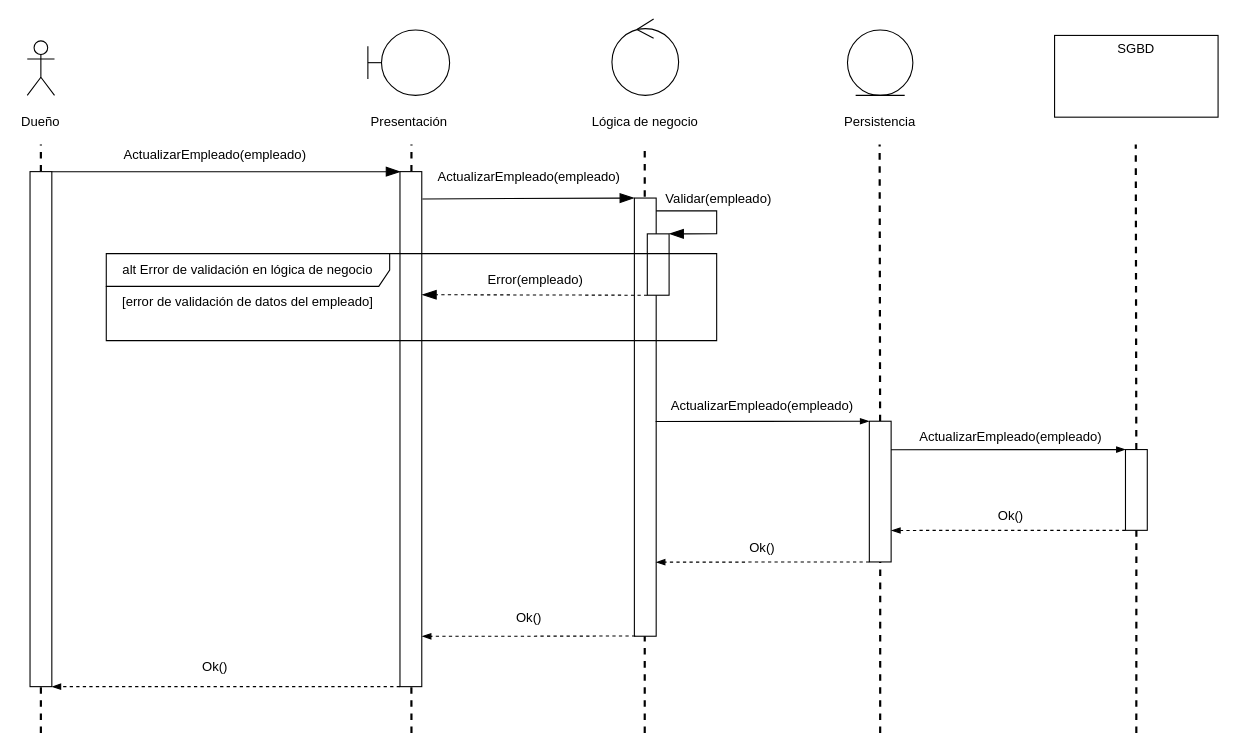
The draw.io diagram diagramas/diagramas de secuencia/ModificarEmpleado1.drawio in felipescalera/Proyecto-IR, before the edit. Source tidied: cells renumbered, new cells numbered last; positions are measured from the earlier drawing's top-left corner, leaving out a move shared by most shapes. Both pictures are drawn from the tidied source at 109%, with x=0, y=0 at pixel (-217, 19).
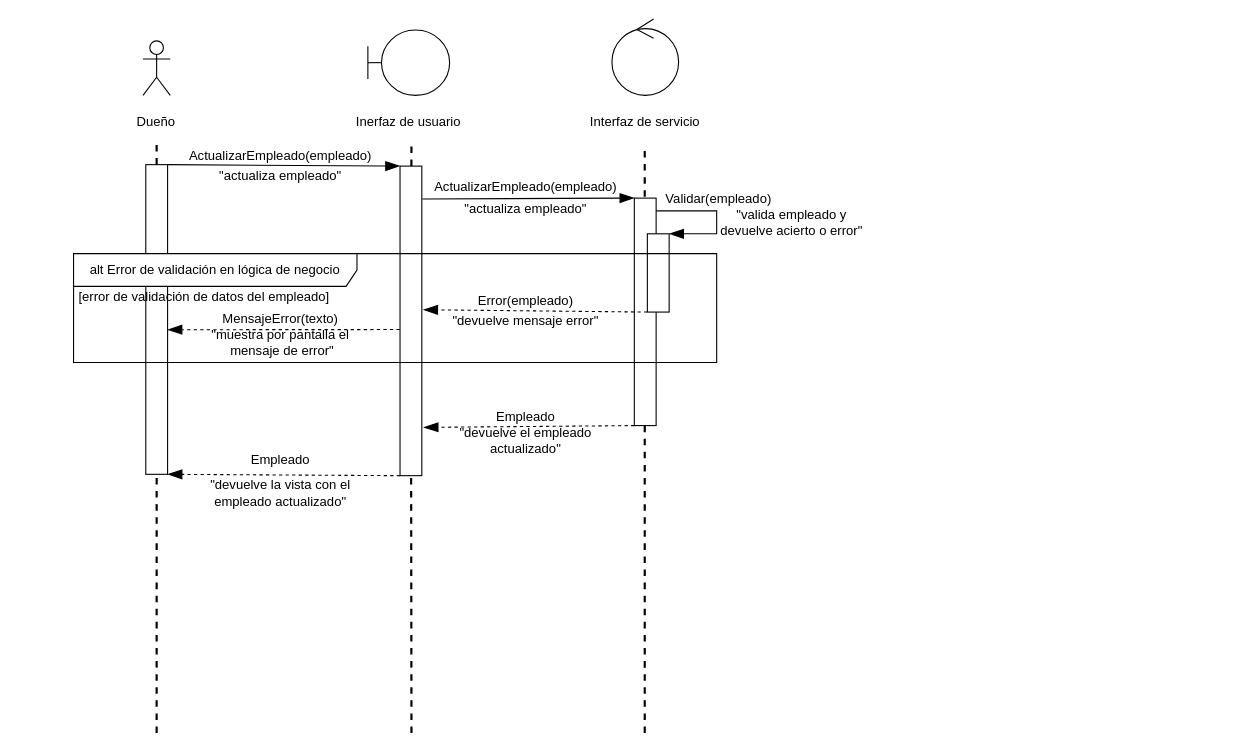
Above is the later version.

Unchanged cells that the change refers to:
```xml
<mxCell id="8" style="group;" parent="1" vertex="1">
  <mxGeometry x="736" width="109" height="105" as="geometry" />
</mxCell>
```

What changed in the source:
```diff
@@
-    <mxCell id="2" style="group;" parent="1" vertex="1">
-      <mxGeometry x="1166" y="15" width="150" height="75" as="geometry" />
-    </mxCell>
-    <mxCell id="3" style="rounded=0;whiteSpace=wrap;html=1;fontColor=none;" parent="2" vertex="1">
-      <mxGeometry width="150" height="75" as="geometry" />
-    </mxCell>
-    <mxCell id="4" value="SGBD" style="text;html=1;strokeColor=none;fillColor=none;align=center;verticalAlign=middle;whiteSpace=wrap;rounded=0;fontColor=none;" parent="2" vertex="1">
-      <mxGeometry x="50" width="50" height="25" as="geometry" />
-    </mxCell>
-    <mxCell id="5" style="group;" parent="1" vertex="1">
-      <mxGeometry x="976" y="10" width="60" height="95" as="geometry" />
-    </mxCell>
-    <mxCell id="6" style="ellipse;shape=umlEntity;whiteSpace=wrap;html=1;" parent="5" vertex="1">
-      <mxGeometry width="60" height="60" as="geometry" />
-    </mxCell>
-    <mxCell id="7" value="Persistencia" style="text;html=1;strokeColor=none;fillColor=none;align=center;verticalAlign=middle;whiteSpace=wrap;rounded=0;fontColor=none;" parent="5" vertex="1">
-      <mxGeometry x="10" y="75" width="40" height="20" as="geometry" />
-    </mxCell>
@@
-    <mxCell id="10" value="Lógica de negocio" style="text;html=1;strokeColor=none;fillColor=none;align=center;verticalAlign=middle;whiteSpace=wrap;rounded=0;fontColor=none;" parent="8" vertex="1">
+    <mxCell id="10" value="Interfaz de servicio" style="text;html=1;strokeColor=none;fillColor=none;align=center;verticalAlign=middle;whiteSpace=wrap;rounded=0;fontColor=none;" parent="8" vertex="1">
       <mxGeometry y="85" width="109" height="20" as="geometry" />
     </mxCell>
     <mxCell id="11" style="group;" parent="1" vertex="1">
-      <mxGeometry x="536" y="10" width="75" height="95" as="geometry" />
+      <mxGeometry x="536" y="10" width="120" height="95" as="geometry" />
     </mxCell>
@@
-    <mxCell id="13" value="Presentación" style="text;html=1;strokeColor=none;fillColor=none;align=center;verticalAlign=middle;whiteSpace=wrap;rounded=0;fontColor=none;" parent="11" vertex="1">
-      <mxGeometry x="17.5" y="75" width="40" height="20" as="geometry" />
+    <mxCell id="13" value="Inerfaz de usuario" style="text;html=1;strokeColor=none;fillColor=none;align=center;verticalAlign=middle;whiteSpace=wrap;rounded=0;fontColor=none;" parent="11" vertex="1">
+      <mxGeometry x="-13.8" y="75" width="102.5" height="20" as="geometry" />
     </mxCell>
@@
-    <mxCell id="16" style="endArrow=none;dashed=1;html=1;fontColor=none;strokeWidth=2;" parent="1" edge="1" source="37">
-      <mxGeometry relative="1" as="geometry">
-        <mxPoint x="1005.5" y="115" as="targetPoint" />
-      </mxGeometry>
-    </mxCell>
-    <mxCell id="17" style="endArrow=none;dashed=1;html=1;fontColor=none;strokeWidth=2;" parent="1" edge="1" source="41">
-      <mxGeometry relative="1" as="geometry">
-        <mxPoint x="1240.5" y="115" as="targetPoint" />
-      </mxGeometry>
-    </mxCell>
     <mxCell id="18" style="group;" parent="1" vertex="1">
-      <mxGeometry x="216" y="20" width="40" height="85" as="geometry" />
+      <mxGeometry x="322.2" y="20" width="40" height="85" as="geometry" />
     </mxCell>
@@
     <mxCell id="21" style="endArrow=none;dashed=1;html=1;fontColor=none;strokeWidth=2;" parent="1" edge="1" source="22">
       <mxGeometry relative="1" as="geometry">
-        <mxPoint x="236" y="115" as="targetPoint" />
+        <mxPoint x="342.2" y="115" as="targetPoint" />
       </mxGeometry>
     </mxCell>
     <mxCell id="22" style="rounded=0;whiteSpace=wrap;html=1;fontColor=none;rotation=90;" parent="1" vertex="1">
-      <mxGeometry x="-0.2" y="366.2" width="472.5" height="20" as="geometry" />
+      <mxGeometry x="200.2" y="265.6" width="284.1" height="20" as="geometry" />
     </mxCell>
     <mxCell id="23" style="endArrow=none;dashed=1;html=1;fontColor=none;strokeWidth=2;" parent="1" edge="1" target="22">
       <mxGeometry relative="1" as="geometry">
-        <mxPoint x="236" y="655" as="sourcePoint" />
+        <mxPoint x="342.2" y="655" as="sourcePoint" />
       </mxGeometry>
     </mxCell>
     <mxCell id="24" style="rounded=0;whiteSpace=wrap;html=1;fontColor=none;rotation=90;" parent="1" vertex="1">
-      <mxGeometry x="339.2" y="366.2" width="472.5" height="20" as="geometry" />
+      <mxGeometry x="433.5" y="266.9" width="284" height="20" as="geometry" />
     </mxCell>
@@
-    <mxCell id="26" style="endArrow=blockThin;html=1;strokeWidth=1;fontColor=none;endFill=1;endSize=11;" parent="1" edge="1">
-      <mxGeometry relative="1" as="geometry">
-        <mxPoint x="246" y="140" as="sourcePoint" />
-        <mxPoint x="566" y="140" as="targetPoint" />
-      </mxGeometry>
+    <mxCell id="26" style="endArrow=blockThin;html=1;strokeWidth=1;fontColor=none;endFill=1;endSize=11;exitX=0;exitY=0;exitDx=0;exitDy=0;entryX=0;entryY=1;entryDx=0;entryDy=0;" parent="1" edge="1" source="22" target="24">
+      <mxGeometry relative="1" as="geometry" />
     </mxCell>
     <mxCell id="27" value="ActualizarEmpleado(empleado)" style="text;html=1;strokeColor=none;fillColor=none;align=center;verticalAlign=middle;whiteSpace=wrap;rounded=0;" parent="1" vertex="1">
-      <mxGeometry x="376" y="115" width="40" height="20" as="geometry" />
+      <mxGeometry x="436" y="116" width="40" height="20" as="geometry" />
     </mxCell>
     <mxCell id="28" style="rounded=0;whiteSpace=wrap;html=1;fontColor=none;rotation=90;" parent="1" vertex="1">
-      <mxGeometry x="589.5" y="355.2" width="402" height="20" as="geometry" />
+      <mxGeometry x="686.1" y="258.6" width="208.7" height="20" as="geometry" />
     </mxCell>
@@
     <mxCell id="30" value="ActualizarEmpleado(empleado)" style="text;html=1;strokeColor=none;fillColor=none;align=center;verticalAlign=middle;whiteSpace=wrap;rounded=0;" parent="1" vertex="1">
-      <mxGeometry x="663.5" y="135" width="40" height="20" as="geometry" />
+      <mxGeometry x="660.5" y="144" width="40" height="20" as="geometry" />
     </mxCell>
     <mxCell id="31" style="rounded=0;whiteSpace=wrap;html=1;fontColor=none;rotation=90;" parent="1" vertex="1">
-      <mxGeometry x="774.2" y="215.2" width="56.3" height="20" as="geometry" />
+      <mxGeometry x="766.5" y="222.9" width="71.8" height="20" as="geometry" />
     </mxCell>
     <mxCell id="32" value="[error de validación de datos del empleado]" style="text;html=1;strokeColor=none;fillColor=none;align=center;verticalAlign=middle;whiteSpace=wrap;rounded=0;" parent="1" vertex="1">
-      <mxGeometry x="306" y="250.2" width="240" height="20" as="geometry" />
+      <mxGeometry x="266" y="245.1" width="240" height="20" as="geometry" />
     </mxCell>
@@
-    <mxCell id="35" style="endArrow=blockThin;html=1;strokeWidth=1;fontColor=none;endFill=1;endSize=11;exitX=1;exitY=1;exitDx=0;exitDy=0;entryX=0.239;entryY=-0.006;entryDx=0;entryDy=0;entryPerimeter=0;dashed=1;" parent="1" edge="1" source="31" target="24">
+    <mxCell id="35" style="endArrow=blockThin;html=1;strokeWidth=1;fontColor=none;endFill=1;endSize=11;exitX=1;exitY=1;exitDx=0;exitDy=0;entryX=0.464;entryY=-0.065;entryDx=0;entryDy=0;entryPerimeter=0;dashed=1;" parent="1" edge="1" source="31" target="24">
       <mxGeometry relative="1" as="geometry" />
     </mxCell>
     <mxCell id="36" value="Error(empleado)" style="text;html=1;strokeColor=none;fillColor=none;align=center;verticalAlign=middle;whiteSpace=wrap;rounded=0;" parent="1" vertex="1">
-      <mxGeometry x="670" y="230.2" width="40" height="20" as="geometry" />
+      <mxGeometry x="660.5" y="248.9" width="40" height="20" as="geometry" />
     </mxCell>
-    <mxCell id="37" style="rounded=0;whiteSpace=wrap;html=1;fontColor=none;rotation=90;" parent="1" vertex="1">
-      <mxGeometry x="941.5" y="423.5" width="129.1" height="20" as="geometry" />
-    </mxCell>
-    <mxCell id="38" style="endArrow=none;dashed=1;html=1;fontColor=none;strokeWidth=2;" parent="1" edge="1" target="37">
-      <mxGeometry relative="1" as="geometry">
-        <mxPoint x="1006" y="655" as="sourcePoint" />
-      </mxGeometry>
-    </mxCell>
-    <mxCell id="39" style="endArrow=blockThin;html=1;endFill=1;exitX=0.51;exitY=0.025;exitDx=0;exitDy=0;exitPerimeter=0;" parent="1" edge="1" source="28">
-      <mxGeometry relative="1" as="geometry">
-        <mxPoint x="996" y="369" as="targetPoint" />
-      </mxGeometry>
-    </mxCell>
-    <mxCell id="40" value="ActualizarEmpleado(empleado)" style="text;html=1;strokeColor=none;fillColor=none;align=center;verticalAlign=middle;whiteSpace=wrap;rounded=0;" parent="1" vertex="1">
-      <mxGeometry x="878" y="345" width="40" height="20" as="geometry" />
-    </mxCell>
-    <mxCell id="41" style="rounded=0;whiteSpace=wrap;html=1;fontColor=none;rotation=90;" parent="1" vertex="1">
-      <mxGeometry x="1204" y="422" width="74.1" height="20" as="geometry" />
-    </mxCell>
-    <mxCell id="42" style="endArrow=none;dashed=1;html=1;fontColor=none;strokeWidth=2;" parent="1" edge="1" target="41">
-      <mxGeometry relative="1" as="geometry">
-        <mxPoint x="1241" y="655" as="sourcePoint" />
-      </mxGeometry>
-    </mxCell>
-    <mxCell id="43" style="endArrow=blockThin;html=1;exitX=1;exitY=0;exitDx=0;exitDy=0;endFill=1;entryX=0;entryY=1;entryDx=0;entryDy=0;" parent="1" edge="1" target="41">
-      <mxGeometry relative="1" as="geometry">
-        <mxPoint x="1016" y="395.1" as="sourcePoint" />
-      </mxGeometry>
-    </mxCell>
-    <mxCell id="44" style="endArrow=blockThin;html=1;exitX=1;exitY=1;exitDx=0;exitDy=0;endFill=1;dashed=1;entryX=0.776;entryY=-0.008;entryDx=0;entryDy=0;entryPerimeter=0;" parent="1" edge="1" source="41" target="37">
-      <mxGeometry relative="1" as="geometry" />
-    </mxCell>
-    <mxCell id="45" value="Ok()" style="text;html=1;strokeColor=none;fillColor=none;align=center;verticalAlign=middle;whiteSpace=wrap;rounded=0;" parent="1" vertex="1">
-      <mxGeometry x="1106" y="446" width="40" height="20" as="geometry" />
-    </mxCell>
-    <mxCell id="46" style="endArrow=blockThin;html=1;exitX=1;exitY=1;exitDx=0;exitDy=0;endFill=1;dashed=1;entryX=0.831;entryY=0.006;entryDx=0;entryDy=0;entryPerimeter=0;" parent="1" edge="1" source="37" target="28">
-      <mxGeometry relative="1" as="geometry" />
-    </mxCell>
-    <mxCell id="47" value="Ok()" style="text;html=1;strokeColor=none;fillColor=none;align=center;verticalAlign=middle;whiteSpace=wrap;rounded=0;" parent="1" vertex="1">
-      <mxGeometry x="878" y="475" width="40" height="20" as="geometry" />
-    </mxCell>
-    <mxCell id="48" style="endArrow=blockThin;html=1;exitX=1;exitY=1;exitDx=0;exitDy=0;endFill=1;dashed=1;entryX=0.831;entryY=0.006;entryDx=0;entryDy=0;entryPerimeter=0;" parent="1" edge="1">
-      <mxGeometry relative="1" as="geometry">
-        <mxPoint x="781.3" y="566" as="sourcePoint" />
-        <mxPoint x="585.7" y="566.3" as="targetPoint" />
-      </mxGeometry>
+    <mxCell id="48" style="endArrow=blockThin;html=1;exitX=1;exitY=1;exitDx=0;exitDy=0;endFill=1;dashed=1;endSize=11;entryX=0.844;entryY=-0.085;entryDx=0;entryDy=0;entryPerimeter=0;" parent="1" edge="1" source="28" target="24">
+      <mxGeometry relative="1" as="geometry" />
     </mxCell>
-    <mxCell id="49" style="endArrow=blockThin;html=1;exitX=1;exitY=1;exitDx=0;exitDy=0;endFill=1;dashed=1;entryX=1;entryY=0;entryDx=0;entryDy=0;" parent="1" edge="1" source="24" target="22">
+    <mxCell id="49" style="endArrow=blockThin;html=1;exitX=1;exitY=1;exitDx=0;exitDy=0;endFill=1;dashed=1;entryX=1;entryY=0;entryDx=0;entryDy=0;endSize=11;" parent="1" edge="1" source="24" target="22">
       <mxGeometry relative="1" as="geometry" />
     </mxCell>
-    <mxCell id="50" value="Ok()" style="text;html=1;strokeColor=none;fillColor=none;align=center;verticalAlign=middle;whiteSpace=wrap;rounded=0;" parent="1" vertex="1">
-      <mxGeometry x="663.5" y="540" width="40" height="20" as="geometry" />
+    <mxCell id="50" value="Empleado" style="text;html=1;strokeColor=none;fillColor=none;align=center;verticalAlign=middle;whiteSpace=wrap;rounded=0;" parent="1" vertex="1">
+      <mxGeometry x="660.5" y="355" width="40" height="20" as="geometry" />
     </mxCell>
-    <mxCell id="51" value="Ok()" style="text;html=1;strokeColor=none;fillColor=none;align=center;verticalAlign=middle;whiteSpace=wrap;rounded=0;" parent="1" vertex="1">
-      <mxGeometry x="376" y="585" width="40" height="20" as="geometry" />
+    <mxCell id="51" value="Empleado" style="text;html=1;strokeColor=none;fillColor=none;align=center;verticalAlign=middle;whiteSpace=wrap;rounded=0;" parent="1" vertex="1">
+      <mxGeometry x="436" y="395" width="40" height="20" as="geometry" />
     </mxCell>
+    <mxCell id="54" style="endArrow=blockThin;html=1;strokeWidth=1;fontColor=none;endFill=1;endSize=11;exitX=0.528;exitY=1.015;exitDx=0;exitDy=0;entryX=0.27;entryY=0.035;entryDx=0;entryDy=0;entryPerimeter=0;dashed=1;exitPerimeter=0;" parent="1" edge="1" source="24">
+      <mxGeometry relative="1" as="geometry">
+        <mxPoint x="352.2" y="285" as="targetPoint" />
+      </mxGeometry>
+    </mxCell>
+    <mxCell id="55" value="MensajeError(texto)" style="text;html=1;strokeColor=none;fillColor=none;align=center;verticalAlign=middle;whiteSpace=wrap;rounded=0;" parent="1" vertex="1">
+      <mxGeometry x="436" y="265.1" width="40" height="20" as="geometry" />
+    </mxCell>
+    <mxCell id="56" value="&quot;actualiza empleado&quot;" style="text;html=1;strokeColor=none;fillColor=none;align=center;verticalAlign=middle;whiteSpace=wrap;rounded=0;" parent="1" vertex="1">
+      <mxGeometry x="396" y="134" width="120" height="20" as="geometry" />
+    </mxCell>
+    <mxCell id="57" value="&quot;actualiza empleado&quot;" style="text;html=1;strokeColor=none;fillColor=none;align=center;verticalAlign=middle;whiteSpace=wrap;rounded=0;" parent="1" vertex="1">
+      <mxGeometry x="620.5" y="164" width="120" height="20" as="geometry" />
+    </mxCell>
+    <mxCell id="58" value="&quot;devuelve mensaje error&quot;" style="text;html=1;strokeColor=none;fillColor=none;align=center;verticalAlign=middle;whiteSpace=wrap;rounded=0;" parent="1" vertex="1">
+      <mxGeometry x="612.8" y="266.9" width="135.5" height="20" as="geometry" />
+    </mxCell>
+    <mxCell id="59" value="&quot;muestra por pantalla el&lt;br&gt;&amp;nbsp;mensaje de error&quot;" style="text;html=1;strokeColor=none;fillColor=none;align=center;verticalAlign=middle;whiteSpace=wrap;rounded=0;" parent="1" vertex="1">
+      <mxGeometry x="351" y="286.9" width="210" height="20" as="geometry" />
+    </mxCell>
+    <mxCell id="60" value="&quot;valida empleado y devuelve acierto o error&quot;" style="text;html=1;strokeColor=none;fillColor=none;align=center;verticalAlign=middle;whiteSpace=wrap;rounded=0;" parent="1" vertex="1">
+      <mxGeometry x="855" y="177" width="140" height="20" as="geometry" />
+    </mxCell>
+    <mxCell id="61" value="&quot;devuelve el empleado actualizado&quot;" style="text;html=1;strokeColor=none;fillColor=none;align=center;verticalAlign=middle;whiteSpace=wrap;rounded=0;" parent="1" vertex="1">
+      <mxGeometry x="612.8" y="377" width="135.5" height="20" as="geometry" />
+    </mxCell>
+    <mxCell id="62" value="&quot;devuelve la vista con el empleado actualizado&quot;" style="text;html=1;strokeColor=none;fillColor=none;align=center;verticalAlign=middle;whiteSpace=wrap;rounded=0;" parent="1" vertex="1">
+      <mxGeometry x="388.2" y="425" width="135.5" height="20" as="geometry" />
+    </mxCell>
     <mxCell id="52" value="alt Error de validación en lógica de negocio" style="shape=umlFrame;whiteSpace=wrap;html=1;width=260;height=30;" parent="1" vertex="1">
-      <mxGeometry x="296" y="215.2" width="560" height="79.8" as="geometry" />
+      <mxGeometry x="266" y="215.2" width="590" height="99.8" as="geometry" />
     </mxCell>
-    <mxCell id="53" value="ActualizarEmpleado(empleado)" style="text;html=1;strokeColor=none;fillColor=none;align=center;verticalAlign=middle;whiteSpace=wrap;rounded=0;" parent="1" vertex="1">
-      <mxGeometry x="1106" y="374.2" width="40" height="20" as="geometry" />
-    </mxCell>
```
